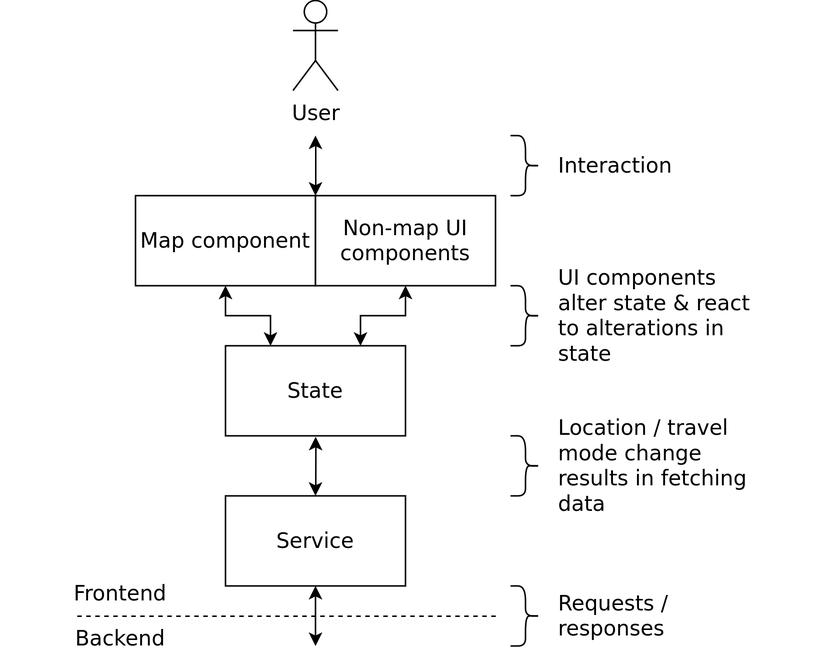
Earlier version of the draw.io export thesis/visual/figures/diagrams/frontend.png (eemilhaa/thesis). Source tidied: cells renumbered, new cells last; positions are measured from the earlier drawing's top-left corner, leaving out a move shared by most shapes. Source of this version:
```xml
<mxGraphModel>
  <root>
    <mxCell id="0" />
    <mxCell id="1" parent="0" />
    <mxCell id="2" style="rounded=0;whiteSpace=wrap;html=1;strokeColor=none;" parent="1" vertex="1">
      <mxGeometry width="560" height="440" as="geometry" />
    </mxCell>
    <mxCell id="3" style="edgeStyle=orthogonalEdgeStyle;rounded=0;jettySize=auto;html=1;exitX=0.5;exitY=1;exitDx=0;exitDy=0;startArrow=classic;startFill=1;fontSize=14;fontFamily=Dejavu sans;" parent="1" edge="1" source="4">
      <mxGeometry relative="1" as="geometry">
        <mxPoint x="210" y="430" as="targetPoint" />
      </mxGeometry>
    </mxCell>
    <mxCell id="4" value="Service" style="rounded=0;whiteSpace=wrap;html=1;fontSize=14;fontFamily=Dejavu sans;" parent="1" vertex="1">
      <mxGeometry x="150" y="330" width="120" height="60" as="geometry" />
    </mxCell>
    <mxCell id="5" style="edgeStyle=orthogonalEdgeStyle;rounded=0;jettySize=auto;html=1;exitX=0.5;exitY=1;exitDx=0;exitDy=0;entryX=0.25;entryY=0;entryDx=0;entryDy=0;startArrow=classic;startFill=1;fontSize=14;fontFamily=Dejavu sans;" parent="1" edge="1" source="6" target="11">
      <mxGeometry relative="1" as="geometry" />
    </mxCell>
    <mxCell id="6" value="Map component" style="rounded=0;whiteSpace=wrap;html=1;fontSize=14;fontFamily=Dejavu sans;fontStyle=0;" parent="1" vertex="1">
      <mxGeometry x="90" y="130" width="120" height="60" as="geometry" />
    </mxCell>
    <mxCell id="7" style="edgeStyle=orthogonalEdgeStyle;rounded=0;jettySize=auto;html=1;exitX=0.5;exitY=1;exitDx=0;exitDy=0;entryX=0.75;entryY=0;entryDx=0;entryDy=0;startArrow=classic;startFill=1;fontSize=14;fontFamily=Dejavu sans;" parent="1" edge="1" source="8" target="11">
      <mxGeometry relative="1" as="geometry" />
    </mxCell>
    <mxCell id="8" value="&lt;div style=&quot;font-size: 14px;&quot;&gt;Non-map UI components&lt;br style=&quot;font-size: 14px;&quot;&gt;&lt;/div&gt;" style="rounded=0;whiteSpace=wrap;html=1;fontSize=14;fontFamily=Dejavu sans;" parent="1" vertex="1">
      <mxGeometry x="210" y="130" width="120" height="60" as="geometry" />
    </mxCell>
    <mxCell id="9" style="edgeStyle=orthogonalEdgeStyle;rounded=0;jettySize=auto;html=1;exitX=0.5;exitY=1;exitDx=0;exitDy=0;entryX=0.5;entryY=0;entryDx=0;entryDy=0;strokeColor=none;fontSize=14;fontFamily=Dejavu sans;" parent="1" edge="1" target="4">
      <mxGeometry relative="1" as="geometry">
        <mxPoint x="210" y="270" as="sourcePoint" />
      </mxGeometry>
    </mxCell>
    <mxCell id="10" style="edgeStyle=orthogonalEdgeStyle;rounded=0;jettySize=auto;html=1;entryX=0.5;entryY=0;entryDx=0;entryDy=0;startArrow=classic;startFill=1;fontSize=14;fontFamily=Dejavu sans;exitX=0.501;exitY=1.01;exitDx=0;exitDy=0;exitPerimeter=0;" parent="1" edge="1" source="11" target="4">
      <mxGeometry relative="1" as="geometry" />
    </mxCell>
    <mxCell id="11" value="State" style="rounded=0;whiteSpace=wrap;html=1;fontFamily=Dejavu sans;fontSize=14;" parent="1" vertex="1">
      <mxGeometry x="150" y="230" width="120" height="60" as="geometry" />
    </mxCell>
    <mxCell id="12" value="Location / travel mode change results in fetching data" style="text;html=1;align=left;verticalAlign=middle;whiteSpace=wrap;rounded=0;fontFamily=Dejavu sans;fontSize=14;" parent="1" vertex="1">
      <mxGeometry x="370" y="280" width="140" height="60" as="geometry" />
    </mxCell>
    <mxCell id="13" style="shape=curlyBracket;whiteSpace=wrap;html=1;rounded=1;flipH=1;labelPosition=right;verticalLabelPosition=middle;align=left;verticalAlign=middle;fontSize=14;fontFamily=Dejavu sans;" parent="1" vertex="1">
      <mxGeometry x="340" y="190" width="20" height="40" as="geometry" />
    </mxCell>
    <mxCell id="14" value="UI components alter state &amp;amp; react to alterations in state" style="text;html=1;align=left;verticalAlign=middle;whiteSpace=wrap;rounded=0;fontFamily=Dejavu sans;fontSize=14;" parent="1" vertex="1">
      <mxGeometry x="370" y="180" width="135" height="60" as="geometry" />
    </mxCell>
    <mxCell id="15" style="shape=curlyBracket;whiteSpace=wrap;html=1;rounded=1;flipH=1;labelPosition=right;verticalLabelPosition=middle;align=left;verticalAlign=middle;fontSize=14;fontFamily=Dejavu sans;" parent="1" vertex="1">
      <mxGeometry x="340" y="290" width="20" height="40" as="geometry" />
    </mxCell>
    <mxCell id="16" value="Requests / responses" style="text;html=1;align=left;verticalAlign=middle;whiteSpace=wrap;rounded=0;fontFamily=Dejavu sans;fontSize=14;" parent="1" vertex="1">
      <mxGeometry x="370" y="380" width="140" height="60" as="geometry" />
    </mxCell>
    <mxCell id="17" style="shape=curlyBracket;whiteSpace=wrap;html=1;rounded=1;flipH=1;labelPosition=right;verticalLabelPosition=middle;align=left;verticalAlign=middle;fontSize=14;fontFamily=Dejavu sans;" parent="1" vertex="1">
      <mxGeometry x="340" y="390" width="20" height="40" as="geometry" />
    </mxCell>
    <mxCell id="18" style="endArrow=none;dashed=1;html=1;rounded=0;fontSize=14;fontFamily=Dejavu sans;entryX=0;entryY=0;entryDx=0;entryDy=0;" parent="1" edge="1" target="20">
      <mxGeometry relative="1" as="geometry">
        <mxPoint x="330" y="410" as="sourcePoint" />
      </mxGeometry>
    </mxCell>
    <mxCell id="19" value="Frontend" style="text;html=1;align=center;verticalAlign=middle;whiteSpace=wrap;rounded=0;fontSize=14;fontFamily=Dejavu sans;" parent="1" vertex="1">
      <mxGeometry x="50" y="380" width="60" height="30" as="geometry" />
    </mxCell>
    <mxCell id="20" value="Backend" style="text;html=1;align=center;verticalAlign=middle;whiteSpace=wrap;rounded=0;fontSize=14;fontFamily=Dejavu sans;" parent="1" vertex="1">
      <mxGeometry x="50" y="410" width="60" height="30" as="geometry" />
    </mxCell>
    <mxCell id="21" value="User" style="shape=umlActor;verticalLabelPosition=bottom;verticalAlign=top;html=1;fontFamily=Dejavu sans;fontSize=14;" parent="1" vertex="1">
      <mxGeometry x="195" width="30" height="60" as="geometry" />
    </mxCell>
    <mxCell id="22" style="endArrow=classic;startArrow=classic;html=1;rounded=0;exitX=0;exitY=0;exitDx=0;exitDy=0;" parent="1" edge="1" source="8">
      <mxGeometry relative="1" as="geometry">
        <mxPoint x="210" y="90" as="targetPoint" />
      </mxGeometry>
    </mxCell>
    <mxCell id="23" value="Interaction" style="text;html=1;align=left;verticalAlign=middle;whiteSpace=wrap;rounded=0;fontFamily=Dejavu sans;fontSize=14;" parent="1" vertex="1">
      <mxGeometry x="370" y="80" width="140" height="60" as="geometry" />
    </mxCell>
    <mxCell id="24" style="shape=curlyBracket;whiteSpace=wrap;html=1;rounded=1;flipH=1;labelPosition=right;verticalLabelPosition=middle;align=left;verticalAlign=middle;fontSize=14;fontFamily=Dejavu sans;" parent="1" vertex="1">
      <mxGeometry x="340" y="90" width="20" height="40" as="geometry" />
    </mxCell>
  </root>
</mxGraphModel>
```
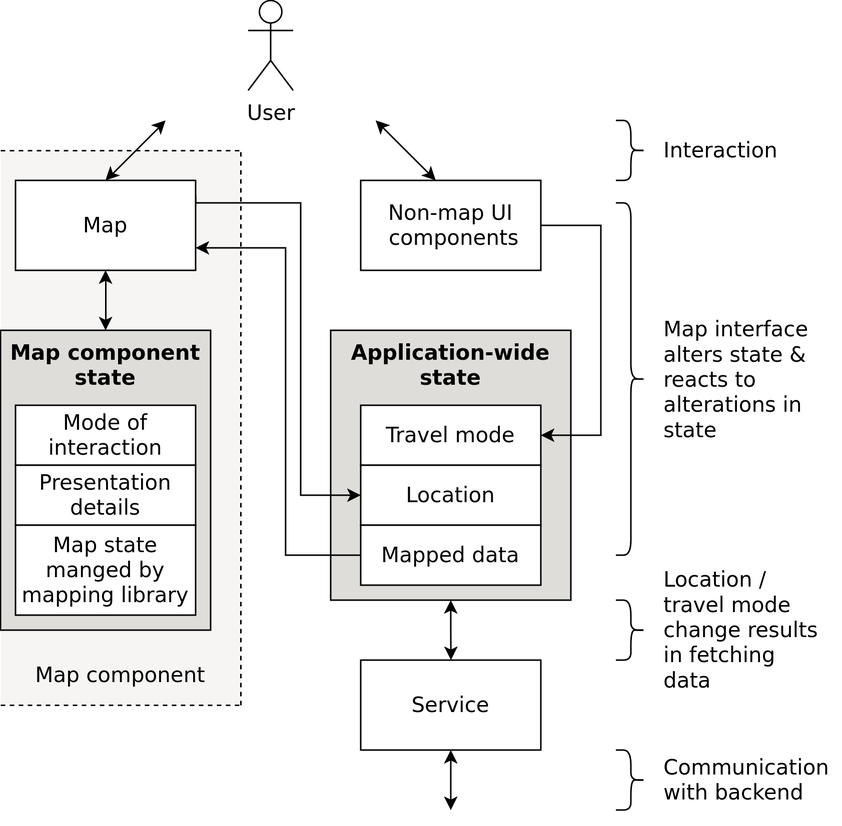
The same diagram one commit later.

Commit message:
better wording & fig

The edit, as a diff of the source:
```diff
@@ -2,82 +2,147 @@
   <root>
     <mxCell id="0" />
     <mxCell id="1" parent="0" />
-    <mxCell id="2" style="rounded=0;whiteSpace=wrap;html=1;strokeColor=none;" parent="1" vertex="1">
-      <mxGeometry width="560" height="440" as="geometry" />
-    </mxCell>
+    <mxCell id="25" style="rounded=0;whiteSpace=wrap;html=1;strokeColor=none;" parent="1" vertex="1">
+      <mxGeometry width="560" height="540" as="geometry" />
+    </mxCell>
+    <mxCell id="26" style="rounded=0;whiteSpace=wrap;html=1;strokeColor=none;fillColor=#f6f5f4;" parent="1" vertex="1">
+      <mxGeometry y="100" width="160" height="370" as="geometry" />
+    </mxCell>
+    <mxCell id="27" style="edgeStyle=orthogonalEdgeStyle;rounded=0;jettySize=auto;html=1;exitX=0.5;exitY=1;exitDx=0;exitDy=0;startArrow=classic;startFill=1;" parent="1" edge="1" source="28">
+      <mxGeometry relative="1" as="geometry">
+        <mxPoint x="300.1" y="440" as="targetPoint" />
+      </mxGeometry>
+    </mxCell>
+    <mxCell id="28" value="Application-wide state" style="rounded=0;whiteSpace=wrap;html=1;verticalAlign=top;fillColor=#deddda;fontStyle=1;fontFamily=Dejavu sans;fontSize=14;" parent="1" vertex="1">
+      <mxGeometry x="220" y="220" width="160" height="180" as="geometry" />
+    </mxCell>
     <mxCell id="3" style="edgeStyle=orthogonalEdgeStyle;rounded=0;jettySize=auto;html=1;exitX=0.5;exitY=1;exitDx=0;exitDy=0;startArrow=classic;startFill=1;fontSize=14;fontFamily=Dejavu sans;" parent="1" edge="1" source="4">
       <mxGeometry relative="1" as="geometry">
-        <mxPoint x="210" y="430" as="targetPoint" />
+        <mxPoint x="300" y="540" as="targetPoint" />
       </mxGeometry>
     </mxCell>
     <mxCell id="4" value="Service" style="rounded=0;whiteSpace=wrap;html=1;fontSize=14;fontFamily=Dejavu sans;" parent="1" vertex="1">
-      <mxGeometry x="150" y="330" width="120" height="60" as="geometry" />
+      <mxGeometry x="240" y="440" width="120" height="60" as="geometry" />
     </mxCell>
-    <mxCell id="5" style="edgeStyle=orthogonalEdgeStyle;rounded=0;jettySize=auto;html=1;exitX=0.5;exitY=1;exitDx=0;exitDy=0;entryX=0.25;entryY=0;entryDx=0;entryDy=0;startArrow=classic;startFill=1;fontSize=14;fontFamily=Dejavu sans;" parent="1" edge="1" source="6" target="11">
-      <mxGeometry relative="1" as="geometry" />
-    </mxCell>
+    <mxCell id="29" style="edgeStyle=orthogonalEdgeStyle;rounded=0;jettySize=auto;html=1;exitX=0.5;exitY=1;exitDx=0;exitDy=0;entryX=0.5;entryY=0;entryDx=0;entryDy=0;startArrow=classic;startFill=1;" parent="1" edge="1" source="6" target="34">
+      <mxGeometry relative="1" as="geometry" />
+    </mxCell>
+    <mxCell id="30" style="edgeStyle=orthogonalEdgeStyle;rounded=0;jettySize=auto;html=1;entryX=0;entryY=0.5;entryDx=0;entryDy=0;startArrow=none;startFill=0;" parent="1" edge="1" target="31">
+      <mxGeometry relative="1" as="geometry">
+        <mxPoint x="130" y="130" as="sourcePoint" />
+        <Array as="points">
+          <mxPoint x="130" y="135" />
+          <mxPoint x="200" y="135" />
+          <mxPoint x="200" y="330" />
+        </Array>
+      </mxGeometry>
+    </mxCell>
-    <mxCell id="6" value="Map component" style="rounded=0;whiteSpace=wrap;html=1;fontSize=14;fontFamily=Dejavu sans;fontStyle=0;" parent="1" vertex="1">
-      <mxGeometry x="90" y="130" width="120" height="60" as="geometry" />
+    <mxCell id="6" value="Map" style="rounded=0;whiteSpace=wrap;html=1;fontSize=14;fontFamily=Dejavu sans;fontStyle=0;" parent="1" vertex="1">
+      <mxGeometry x="10" y="120" width="120" height="60" as="geometry" />
     </mxCell>
-    <mxCell id="7" style="edgeStyle=orthogonalEdgeStyle;rounded=0;jettySize=auto;html=1;exitX=0.5;exitY=1;exitDx=0;exitDy=0;entryX=0.75;entryY=0;entryDx=0;entryDy=0;startArrow=classic;startFill=1;fontSize=14;fontFamily=Dejavu sans;" parent="1" edge="1" source="8" target="11">
-      <mxGeometry relative="1" as="geometry" />
+    <mxCell id="7" style="edgeStyle=orthogonalEdgeStyle;rounded=0;jettySize=auto;html=1;exitX=1;exitY=0.5;exitDx=0;exitDy=0;entryX=1;entryY=0.5;entryDx=0;entryDy=0;startArrow=none;startFill=0;" parent="1" edge="1" source="8" target="11">
+      <mxGeometry relative="1" as="geometry">
+        <Array as="points">
+          <mxPoint x="400" y="150" />
+          <mxPoint x="400" y="290" />
+        </Array>
+      </mxGeometry>
     </mxCell>
-    <mxCell id="8" value="&lt;div style=&quot;font-size: 14px;&quot;&gt;Non-map UI components&lt;br style=&quot;font-size: 14px;&quot;&gt;&lt;/div&gt;" style="rounded=0;whiteSpace=wrap;html=1;fontSize=14;fontFamily=Dejavu sans;" parent="1" vertex="1">
-      <mxGeometry x="210" y="130" width="120" height="60" as="geometry" />
+    <mxCell id="8" value="&lt;div style=&quot;font-size: 14px;&quot;&gt;Non-map UI&lt;br style=&quot;font-size: 14px;&quot;&gt;&lt;/div&gt;&amp;nbsp;components" style="rounded=0;whiteSpace=wrap;html=1;fontSize=14;fontFamily=Dejavu sans;" parent="1" vertex="1">
+      <mxGeometry x="240" y="120" width="120" height="60" as="geometry" />
     </mxCell>
     <mxCell id="9" style="edgeStyle=orthogonalEdgeStyle;rounded=0;jettySize=auto;html=1;exitX=0.5;exitY=1;exitDx=0;exitDy=0;entryX=0.5;entryY=0;entryDx=0;entryDy=0;strokeColor=none;fontSize=14;fontFamily=Dejavu sans;" parent="1" edge="1" target="4">
       <mxGeometry relative="1" as="geometry">
-        <mxPoint x="210" y="270" as="sourcePoint" />
+        <mxPoint x="180" y="290" as="sourcePoint" />
       </mxGeometry>
     </mxCell>
-    <mxCell id="10" style="edgeStyle=orthogonalEdgeStyle;rounded=0;jettySize=auto;html=1;entryX=0.5;entryY=0;entryDx=0;entryDy=0;startArrow=classic;startFill=1;fontSize=14;fontFamily=Dejavu sans;exitX=0.501;exitY=1.01;exitDx=0;exitDy=0;exitPerimeter=0;" parent="1" edge="1" source="11" target="4">
-      <mxGeometry relative="1" as="geometry" />
-    </mxCell>
-    <mxCell id="11" value="State" style="rounded=0;whiteSpace=wrap;html=1;fontFamily=Dejavu sans;fontSize=14;" parent="1" vertex="1">
-      <mxGeometry x="150" y="230" width="120" height="60" as="geometry" />
+    <mxCell id="11" value="Travel mode" style="rounded=0;whiteSpace=wrap;html=1;fontFamily=Dejavu sans;fontSize=14;" parent="1" vertex="1">
+      <mxGeometry x="240" y="270" width="120" height="40" as="geometry" />
     </mxCell>
     <mxCell id="12" value="Location / travel mode change results in fetching data" style="text;html=1;align=left;verticalAlign=middle;whiteSpace=wrap;rounded=0;fontFamily=Dejavu sans;fontSize=14;" parent="1" vertex="1">
-      <mxGeometry x="370" y="280" width="140" height="60" as="geometry" />
+      <mxGeometry x="440" y="390" width="110" height="60" as="geometry" />
     </mxCell>
     <mxCell id="13" style="shape=curlyBracket;whiteSpace=wrap;html=1;rounded=1;flipH=1;labelPosition=right;verticalLabelPosition=middle;align=left;verticalAlign=middle;fontSize=14;fontFamily=Dejavu sans;" parent="1" vertex="1">
-      <mxGeometry x="340" y="190" width="20" height="40" as="geometry" />
+      <mxGeometry x="410" y="135" width="20" height="235" as="geometry" />
     </mxCell>
-    <mxCell id="14" value="UI components alter state &amp;amp; react to alterations in state" style="text;html=1;align=left;verticalAlign=middle;whiteSpace=wrap;rounded=0;fontFamily=Dejavu sans;fontSize=14;" parent="1" vertex="1">
-      <mxGeometry x="370" y="180" width="135" height="60" as="geometry" />
+    <mxCell id="14" value="Map interface alters state &amp;amp; reacts to alterations in state" style="text;html=1;align=left;verticalAlign=middle;whiteSpace=wrap;rounded=0;fontFamily=Dejavu sans;fontSize=14;" parent="1" vertex="1">
+      <mxGeometry x="440" y="222.5" width="110" height="60" as="geometry" />
     </mxCell>
     <mxCell id="15" style="shape=curlyBracket;whiteSpace=wrap;html=1;rounded=1;flipH=1;labelPosition=right;verticalLabelPosition=middle;align=left;verticalAlign=middle;fontSize=14;fontFamily=Dejavu sans;" parent="1" vertex="1">
-      <mxGeometry x="340" y="290" width="20" height="40" as="geometry" />
+      <mxGeometry x="410" y="400" width="20" height="40" as="geometry" />
     </mxCell>
-    <mxCell id="16" value="Requests / responses" style="text;html=1;align=left;verticalAlign=middle;whiteSpace=wrap;rounded=0;fontFamily=Dejavu sans;fontSize=14;" parent="1" vertex="1">
-      <mxGeometry x="370" y="380" width="140" height="60" as="geometry" />
+    <mxCell id="16" value="Communication with backend" style="text;html=1;align=left;verticalAlign=middle;whiteSpace=wrap;rounded=0;fontFamily=Dejavu sans;fontSize=14;" parent="1" vertex="1">
+      <mxGeometry x="440" y="500" width="110" height="40" as="geometry" />
     </mxCell>
     <mxCell id="17" style="shape=curlyBracket;whiteSpace=wrap;html=1;rounded=1;flipH=1;labelPosition=right;verticalLabelPosition=middle;align=left;verticalAlign=middle;fontSize=14;fontFamily=Dejavu sans;" parent="1" vertex="1">
-      <mxGeometry x="340" y="390" width="20" height="40" as="geometry" />
+      <mxGeometry x="410" y="500" width="20" height="40" as="geometry" />
     </mxCell>
-    <mxCell id="18" style="endArrow=none;dashed=1;html=1;rounded=0;fontSize=14;fontFamily=Dejavu sans;entryX=0;entryY=0;entryDx=0;entryDy=0;" parent="1" edge="1" target="20">
-      <mxGeometry relative="1" as="geometry">
-        <mxPoint x="330" y="410" as="sourcePoint" />
-      </mxGeometry>
-    </mxCell>
-    <mxCell id="19" value="Frontend" style="text;html=1;align=center;verticalAlign=middle;whiteSpace=wrap;rounded=0;fontSize=14;fontFamily=Dejavu sans;" parent="1" vertex="1">
-      <mxGeometry x="50" y="380" width="60" height="30" as="geometry" />
-    </mxCell>
-    <mxCell id="20" value="Backend" style="text;html=1;align=center;verticalAlign=middle;whiteSpace=wrap;rounded=0;fontSize=14;fontFamily=Dejavu sans;" parent="1" vertex="1">
-      <mxGeometry x="50" y="410" width="60" height="30" as="geometry" />
-    </mxCell>
     <mxCell id="21" value="User" style="shape=umlActor;verticalLabelPosition=bottom;verticalAlign=top;html=1;fontFamily=Dejavu sans;fontSize=14;" parent="1" vertex="1">
-      <mxGeometry x="195" width="30" height="60" as="geometry" />
+      <mxGeometry x="165" width="30" height="60" as="geometry" />
     </mxCell>
-    <mxCell id="22" style="endArrow=classic;startArrow=classic;html=1;rounded=0;exitX=0;exitY=0;exitDx=0;exitDy=0;" parent="1" edge="1" source="8">
-      <mxGeometry relative="1" as="geometry">
-        <mxPoint x="210" y="90" as="targetPoint" />
-      </mxGeometry>
-    </mxCell>
     <mxCell id="23" value="Interaction" style="text;html=1;align=left;verticalAlign=middle;whiteSpace=wrap;rounded=0;fontFamily=Dejavu sans;fontSize=14;" parent="1" vertex="1">
-      <mxGeometry x="370" y="80" width="140" height="60" as="geometry" />
+      <mxGeometry x="440" y="70" width="110" height="60" as="geometry" />
     </mxCell>
     <mxCell id="24" style="shape=curlyBracket;whiteSpace=wrap;html=1;rounded=1;flipH=1;labelPosition=right;verticalLabelPosition=middle;align=left;verticalAlign=middle;fontSize=14;fontFamily=Dejavu sans;" parent="1" vertex="1">
-      <mxGeometry x="340" y="90" width="20" height="40" as="geometry" />
+      <mxGeometry x="410" y="80" width="20" height="40" as="geometry" />
     </mxCell>
+    <mxCell id="31" value="Location" style="rounded=0;whiteSpace=wrap;html=1;fontFamily=Dejavu sans;fontSize=14;" parent="1" vertex="1">
+      <mxGeometry x="240" y="310" width="120" height="40" as="geometry" />
+    </mxCell>
+    <mxCell id="32" style="edgeStyle=orthogonalEdgeStyle;rounded=0;jettySize=auto;html=1;exitX=0;exitY=0.5;exitDx=0;exitDy=0;entryX=1;entryY=0.75;entryDx=0;entryDy=0;" parent="1" edge="1" source="33" target="6">
+      <mxGeometry relative="1" as="geometry">
+        <Array as="points">
+          <mxPoint x="190" y="370" />
+          <mxPoint x="190" y="165" />
+        </Array>
+      </mxGeometry>
+    </mxCell>
+    <mxCell id="33" value="Mapped data" style="rounded=0;whiteSpace=wrap;html=1;fontFamily=Dejavu sans;fontSize=14;" parent="1" vertex="1">
+      <mxGeometry x="240" y="350" width="120" height="40" as="geometry" />
+    </mxCell>
+    <mxCell id="34" value="Map component state" style="rounded=0;whiteSpace=wrap;html=1;verticalAlign=top;fillColor=#deddda;fontStyle=1;fontFamily=Dejavu sans;fontSize=14;" parent="1" vertex="1">
+      <mxGeometry y="220" width="140" height="200" as="geometry" />
+    </mxCell>
+    <mxCell id="35" value="Mode of interaction" style="rounded=0;whiteSpace=wrap;html=1;fontFamily=Dejavu sans;fontSize=14;" parent="1" vertex="1">
+      <mxGeometry x="10" y="270" width="120" height="40" as="geometry" />
+    </mxCell>
+    <mxCell id="36" value="Presentation details" style="rounded=0;whiteSpace=wrap;html=1;fontFamily=Dejavu sans;fontSize=14;" parent="1" vertex="1">
+      <mxGeometry x="10" y="310" width="120" height="40" as="geometry" />
+    </mxCell>
+    <mxCell id="37" value="Map state manged by mapping library" style="rounded=0;whiteSpace=wrap;html=1;fontFamily=Dejavu sans;fontSize=14;" parent="1" vertex="1">
+      <mxGeometry x="10" y="350" width="120" height="60" as="geometry" />
+    </mxCell>
+    <mxCell id="38" style="endArrow=classic;startArrow=classic;html=1;rounded=0;" parent="1" edge="1">
+      <mxGeometry relative="1" as="geometry">
+        <mxPoint x="70" y="120" as="sourcePoint" />
+        <mxPoint x="110" y="80" as="targetPoint" />
+      </mxGeometry>
+    </mxCell>
+    <mxCell id="39" style="endArrow=classic;startArrow=classic;html=1;rounded=0;" parent="1" edge="1">
+      <mxGeometry relative="1" as="geometry">
+        <mxPoint x="290" y="120" as="sourcePoint" />
+        <mxPoint x="250" y="80" as="targetPoint" />
+      </mxGeometry>
+    </mxCell>
+    <mxCell id="40" style="endArrow=none;dashed=1;html=1;rounded=0;entryX=1;entryY=0;entryDx=0;entryDy=0;exitX=1;exitY=1;exitDx=0;exitDy=0;" parent="1" edge="1">
+      <mxGeometry relative="1" as="geometry">
+        <mxPoint x="160" y="470" as="sourcePoint" />
+        <mxPoint x="160" y="100" as="targetPoint" />
+      </mxGeometry>
+    </mxCell>
+    <mxCell id="41" style="endArrow=none;dashed=1;html=1;rounded=0;" parent="1" edge="1">
+      <mxGeometry relative="1" as="geometry">
+        <mxPoint y="470" as="sourcePoint" />
+        <mxPoint x="160" y="470" as="targetPoint" />
+      </mxGeometry>
+    </mxCell>
+    <mxCell id="42" style="endArrow=none;dashed=1;html=1;rounded=0;exitX=0;exitY=0;exitDx=0;exitDy=0;" parent="1" edge="1" source="26">
+      <mxGeometry relative="1" as="geometry">
+        <mxPoint x="160" y="100" as="targetPoint" />
+      </mxGeometry>
+    </mxCell>
+    <mxCell id="43" value="&lt;div&gt;Map component&lt;br&gt;&lt;/div&gt;" style="text;html=1;align=center;verticalAlign=middle;whiteSpace=wrap;rounded=0;fontFamily=Dejavu sans;fontSize=14;" parent="1" vertex="1">
+      <mxGeometry y="430" width="160" height="40" as="geometry" />
+    </mxCell>
   </root>
 </mxGraphModel>
```
